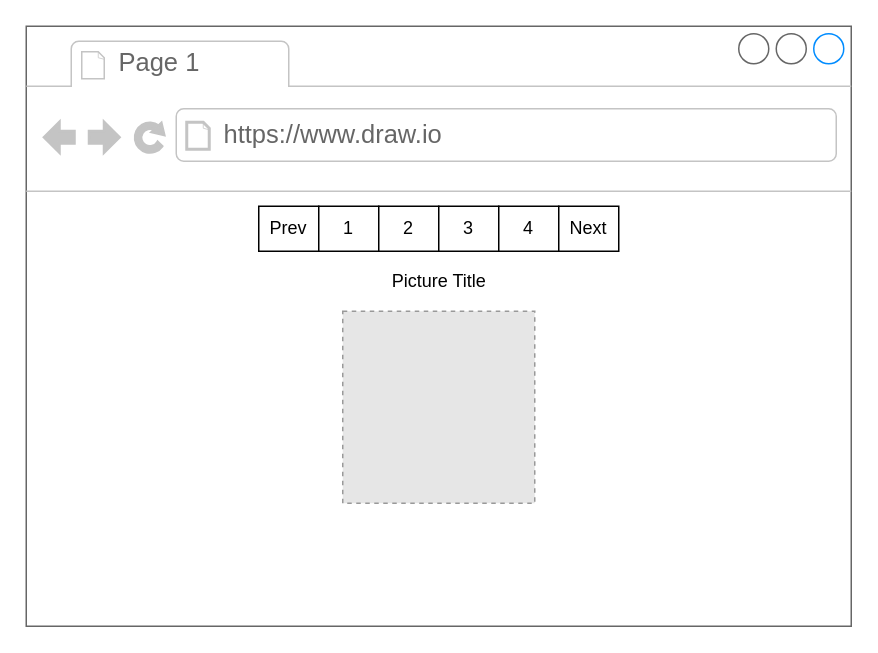
Above: page "01 - directives" (2 of 2) of diagrams/directives/diagrams.drawio in StephenGrider/ng-casts (draw.io), before the change. Source tidied: cells renumbered, new cells numbered last; positions are measured from the earlier drawing's top-left corner, leaving out a move shared by most shapes. Both pictures are drawn from the tidied source at 150%, with x=0, y=0 at pixel (26, 26). Pictures stored in the file or linked from it are replaced by grey dashed boxes.
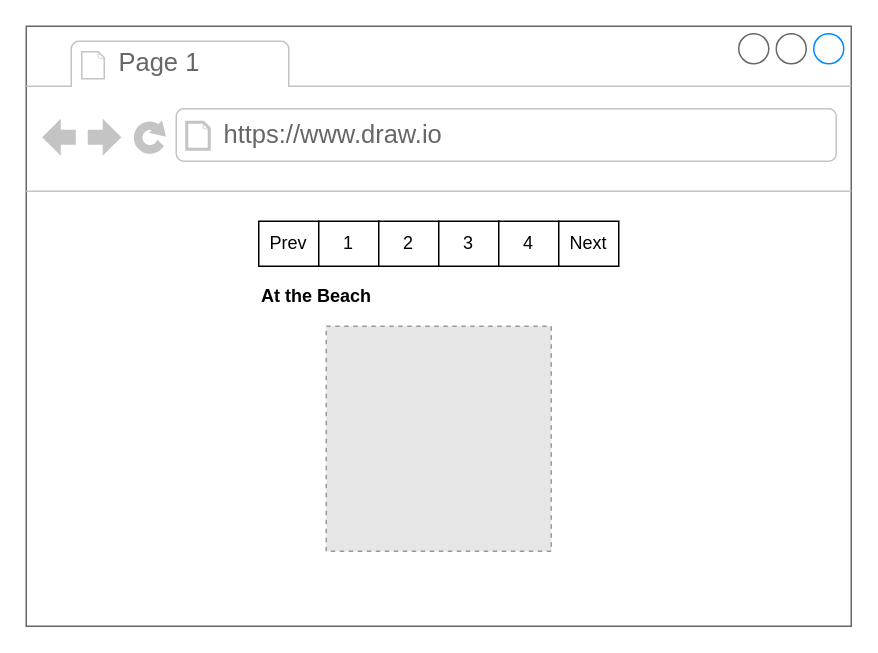
After the change.

Change to the diagram source:
```diff
@@
 <mxGraphModel>
   <root>
     <mxCell id="0" />
     <mxCell id="1" parent="0" />
     <mxCell id="2" style="strokeWidth=1;shadow=0;dashed=0;align=center;html=1;shape=mxgraph.mockup.containers.browserWindow;rSize=0;strokeColor=#666666;strokeColor2=#008cff;strokeColor3=#c4c4c4;mainText=,;" parent="1" vertex="1">
       <mxGeometry width="550" height="400" as="geometry" />
     </mxCell>
     <mxCell id="3" value="Page 1" style="strokeWidth=1;shadow=0;dashed=0;align=center;html=1;shape=mxgraph.mockup.containers.anchor;fontSize=17;fontColor=#666666;align=left;" parent="2" vertex="1">
       <mxGeometry x="60" y="12" width="110" height="26" as="geometry" />
     </mxCell>
     <mxCell id="4" value="https://www.draw.io" style="strokeWidth=1;shadow=0;dashed=0;align=center;html=1;shape=mxgraph.mockup.containers.anchor;rSize=0;fontSize=17;fontColor=#666666;align=left;" parent="2" vertex="1">
       <mxGeometry x="130" y="60" width="250" height="26" as="geometry" />
     </mxCell>
     <mxCell id="5" value="Prev" style="rounded=0;whiteSpace=wrap;html=1;" parent="2" vertex="1">
-      <mxGeometry x="155" y="120" width="40" height="30" as="geometry" />
+      <mxGeometry x="155" y="130" width="40" height="30" as="geometry" />
     </mxCell>
     <mxCell id="6" value="1" style="rounded=0;whiteSpace=wrap;html=1;" parent="2" vertex="1">
-      <mxGeometry x="195" y="120" width="40" height="30" as="geometry" />
+      <mxGeometry x="195" y="130" width="40" height="30" as="geometry" />
     </mxCell>
     <mxCell id="7" value="2" style="rounded=0;whiteSpace=wrap;html=1;" parent="2" vertex="1">
-      <mxGeometry x="235" y="120" width="40" height="30" as="geometry" />
+      <mxGeometry x="235" y="130" width="40" height="30" as="geometry" />
     </mxCell>
     <mxCell id="8" value="3" style="rounded=0;whiteSpace=wrap;html=1;" parent="2" vertex="1">
-      <mxGeometry x="275" y="120" width="40" height="30" as="geometry" />
+      <mxGeometry x="275" y="130" width="40" height="30" as="geometry" />
     </mxCell>
     <mxCell id="9" value="4" style="rounded=0;whiteSpace=wrap;html=1;" parent="2" vertex="1">
-      <mxGeometry x="315" y="120" width="40" height="30" as="geometry" />
+      <mxGeometry x="315" y="130" width="40" height="30" as="geometry" />
     </mxCell>
     <mxCell id="10" value="Next" style="rounded=0;whiteSpace=wrap;html=1;" parent="2" vertex="1">
-      <mxGeometry x="355" y="120" width="40" height="30" as="geometry" />
+      <mxGeometry x="355" y="130" width="40" height="30" as="geometry" />
     </mxCell>
-    <mxCell id="11" value="Picture Title" style="text;html=1;strokeColor=none;fillColor=none;align=center;verticalAlign=middle;whiteSpace=wrap;rounded=0;" parent="2" vertex="1">
-      <mxGeometry x="212.5" y="160" width="125" height="20" as="geometry" />
-    </mxCell>
-    <mxCell id="12" style="fillColor=#E6E6E6;strokeColor=#999999;dashed=1;html=1;verticalAlign=top;verticalLabelPosition=bottom;labelBackgroundColor=#ffffff;" parent="2" vertex="1">
-      <mxGeometry x="211" y="190" width="128" height="128" as="geometry" />
-    </mxCell>
+    <mxCell id="13" value="&lt;b&gt;At the Beach&lt;/b&gt;" style="text;html=1;strokeColor=none;fillColor=none;align=left;verticalAlign=middle;whiteSpace=wrap;rounded=0;" parent="2" vertex="1">
+      <mxGeometry x="155" y="170" width="105" height="20" as="geometry" />
+    </mxCell>
+    <mxCell id="14" style="fillColor=#E6E6E6;strokeColor=#999999;dashed=1;html=1;verticalAlign=top;verticalLabelPosition=bottom;labelBackgroundColor=#ffffff;align=left;" parent="2" vertex="1">
+      <mxGeometry x="200" y="200" width="150" height="150" as="geometry" />
+    </mxCell>
   </root>
 </mxGraphModel>
```
